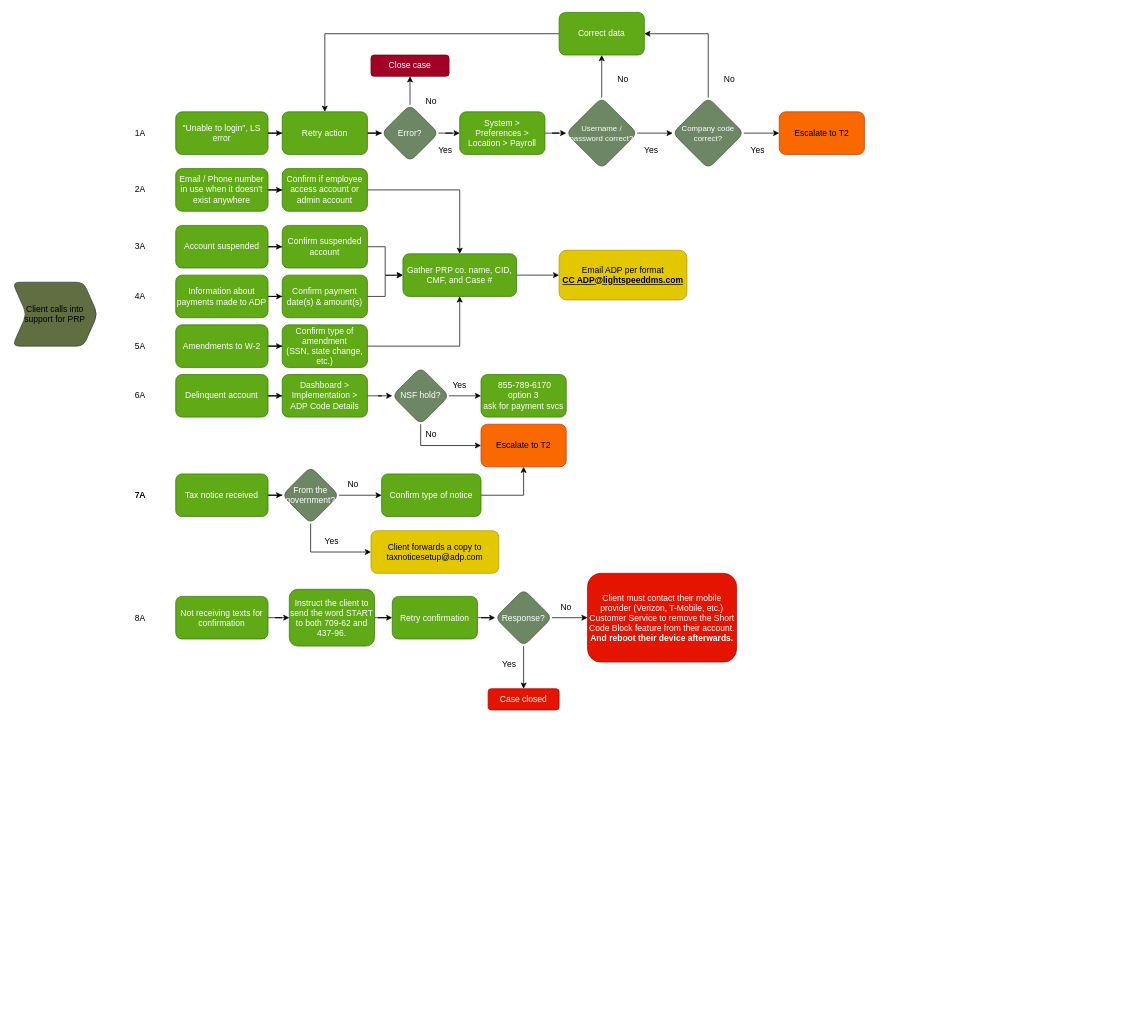
The draw.io diagram flowcharts/Payroll Flowchart.drawio in lichfiet/sqlLibrary, before the edit. Source tidied: cells renumbered, new cells numbered last; positions are measured from the earlier drawing's top-left corner, leaving out a move shared by most shapes. Both pictures are drawn from the tidied source at 71%, with x=0, y=0 at pixel (12, 12).
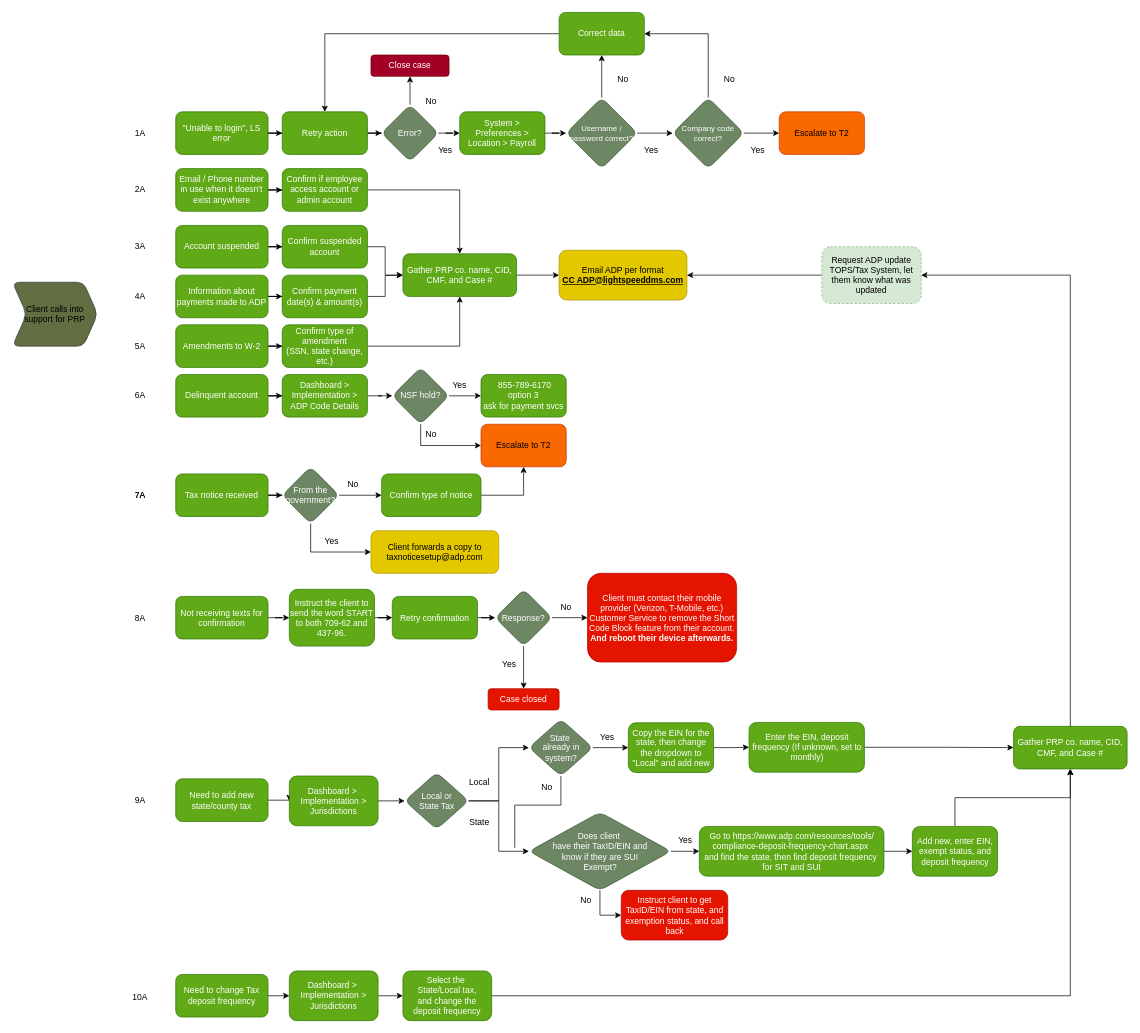
The same page after the edit.

Unchanged cells that the change refers to:
```xml
<mxCell id="46" value="Email ADP per format&lt;div&gt;&lt;b&gt;&lt;u&gt;CC ADP@lightspeeddms.com&lt;/u&gt;&lt;/b&gt;&lt;/div&gt;" style="whiteSpace=wrap;html=1;fillColor=#e3c800;strokeColor=#B09500;fontColor=#000000;rounded=1;" parent="1" vertex="1">
  <mxGeometry x="770" y="335" width="180" height="70" as="geometry" />
</mxCell>
```

Change to the diagram source:
```diff
@@
+    <mxCell id="90" style="edgeStyle=orthogonalEdgeStyle;rounded=0;jettySize=auto;html=1;exitX=1;exitY=0.5;exitDx=0;exitDy=0;entryX=0;entryY=0.5;entryDx=0;entryDy=0;" parent="1" edge="1" source="91" target="95">
+      <mxGeometry relative="1" as="geometry" />
+    </mxCell>
+    <mxCell id="91" value="Need to add new state/county tax" style="whiteSpace=wrap;html=1;fillColor=#60a917;strokeColor=#2D7600;fontColor=#ffffff;rounded=1;" parent="1" vertex="1">
+      <mxGeometry x="230" y="1079.5" width="130" height="60" as="geometry" />
+    </mxCell>
+    <mxCell id="92" value="9A" style="text;html=1;align=center;verticalAlign=middle;whiteSpace=wrap;rounded=0;" parent="1" vertex="1">
+      <mxGeometry x="140" y="1094.5" width="80" height="30" as="geometry" />
+    </mxCell>
+    <mxCell id="93" style="edgeStyle=orthogonalEdgeStyle;rounded=0;jettySize=auto;html=1;exitX=1;exitY=0.5;exitDx=0;exitDy=0;entryX=0;entryY=0.5;entryDx=0;entryDy=0;" parent="1" edge="1" source="97" target="113">
+      <mxGeometry relative="1" as="geometry" />
+    </mxCell>
+    <mxCell id="94" style="edgeStyle=orthogonalEdgeStyle;rounded=0;jettySize=auto;html=1;exitX=1;exitY=0.5;exitDx=0;exitDy=0;entryX=0;entryY=0.5;entryDx=0;entryDy=0;" parent="1" edge="1" source="95" target="97">
+      <mxGeometry relative="1" as="geometry" />
+    </mxCell>
+    <mxCell id="95" value="&lt;div&gt;Dashboard &amp;gt;&amp;nbsp;&lt;/div&gt;&lt;div&gt;&lt;span style=&quot;background-color: initial;&quot;&gt;Implementation &amp;gt;&lt;/span&gt;&lt;/div&gt;&lt;div&gt;&lt;span style=&quot;background-color: initial;&quot;&gt;Jurisdictions&lt;/span&gt;&lt;/div&gt;" style="whiteSpace=wrap;html=1;fillColor=#60a917;strokeColor=#2D7600;fontColor=#ffffff;rounded=1;align=center;" parent="1" vertex="1">
+      <mxGeometry x="390" y="1075.5" width="125" height="70" as="geometry" />
+    </mxCell>
+    <mxCell id="96" style="edgeStyle=orthogonalEdgeStyle;rounded=0;jettySize=auto;html=1;exitX=1;exitY=0.5;exitDx=0;exitDy=0;entryX=0;entryY=0.5;entryDx=0;entryDy=0;" parent="1" edge="1" source="97" target="102">
+      <mxGeometry relative="1" as="geometry" />
+    </mxCell>
+    <mxCell id="97" value="Local or&lt;div&gt;State Tax&lt;/div&gt;" style="rhombus;whiteSpace=wrap;html=1;fillColor=#6d8764;strokeColor=#3A5431;fontColor=#ffffff;rounded=1;" parent="1" vertex="1">
+      <mxGeometry x="552.5" y="1070.5" width="90" height="80" as="geometry" />
+    </mxCell>
+    <mxCell id="98" value="Local" style="text;html=1;align=center;verticalAlign=middle;whiteSpace=wrap;rounded=0;" parent="1" vertex="1">
+      <mxGeometry x="637.5" y="1070" width="40" height="30" as="geometry" />
+    </mxCell>
+    <mxCell id="99" value="State" style="text;html=1;align=center;verticalAlign=middle;whiteSpace=wrap;rounded=0;" parent="1" vertex="1">
+      <mxGeometry x="637.5" y="1125.5" width="40" height="30" as="geometry" />
+    </mxCell>
+    <mxCell id="100" style="edgeStyle=orthogonalEdgeStyle;rounded=0;jettySize=auto;html=1;exitX=0.5;exitY=1;exitDx=0;exitDy=0;endArrow=none;endFill=0;" parent="1" edge="1" source="102">
+      <mxGeometry relative="1" as="geometry">
+        <mxPoint x="707.5" y="1176.5" as="targetPoint" />
+        <Array as="points">
+          <mxPoint x="772.5" y="1116.5" />
+          <mxPoint x="707.5" y="1116.5" />
+        </Array>
+      </mxGeometry>
+    </mxCell>
+    <mxCell id="101" style="edgeStyle=orthogonalEdgeStyle;rounded=0;jettySize=auto;html=1;exitX=1;exitY=0.5;exitDx=0;exitDy=0;entryX=0;entryY=0.5;entryDx=0;entryDy=0;" parent="1" edge="1" source="102" target="106">
+      <mxGeometry relative="1" as="geometry" />
+    </mxCell>
+    <mxCell id="102" value="State&amp;nbsp;&lt;div&gt;already&amp;nbsp;&lt;span style=&quot;background-color: initial;&quot;&gt;in system?&lt;/span&gt;&lt;/div&gt;" style="rhombus;whiteSpace=wrap;html=1;fillColor=#6d8764;strokeColor=#3A5431;fontColor=#ffffff;rounded=1;" parent="1" vertex="1">
+      <mxGeometry x="727.5" y="995.5" width="90" height="80" as="geometry" />
+    </mxCell>
+    <mxCell id="103" value="No" style="text;html=1;align=center;verticalAlign=middle;whiteSpace=wrap;rounded=0;" parent="1" vertex="1">
+      <mxGeometry x="737.5" y="1081" width="30" height="19" as="geometry" />
+    </mxCell>
+    <mxCell id="104" value="Yes" style="text;html=1;align=center;verticalAlign=middle;whiteSpace=wrap;rounded=0;" parent="1" vertex="1">
+      <mxGeometry x="817.5" y="1005.5" width="40" height="30" as="geometry" />
+    </mxCell>
+    <mxCell id="105" style="edgeStyle=orthogonalEdgeStyle;rounded=0;jettySize=auto;html=1;exitX=1;exitY=0.5;exitDx=0;exitDy=0;entryX=0;entryY=0.5;entryDx=0;entryDy=0;" parent="1" edge="1" source="106" target="108">
+      <mxGeometry relative="1" as="geometry" />
+    </mxCell>
+    <mxCell id="106" value="Copy the EIN for the state, then change the dropdown to &quot;Local&quot; and add new" style="whiteSpace=wrap;html=1;fillColor=#60a917;strokeColor=#2D7600;fontColor=#ffffff;rounded=1;align=center;" parent="1" vertex="1">
+      <mxGeometry x="867.5" y="1000.5" width="120" height="70" as="geometry" />
+    </mxCell>
+    <mxCell id="107" style="edgeStyle=orthogonalEdgeStyle;rounded=0;jettySize=auto;html=1;exitX=1;exitY=0.5;exitDx=0;exitDy=0;entryX=0;entryY=0.5;entryDx=0;entryDy=0;" parent="1" edge="1" source="108" target="119">
+      <mxGeometry relative="1" as="geometry" />
+    </mxCell>
+    <mxCell id="108" value="Enter the EIN, deposit frequency (If unknown, set to monthly)" style="whiteSpace=wrap;html=1;fillColor=#60a917;strokeColor=#2D7600;fontColor=#ffffff;rounded=1;align=center;" parent="1" vertex="1">
+      <mxGeometry x="1037.5" y="1000" width="162.5" height="70" as="geometry" />
+    </mxCell>
+    <mxCell id="109" style="edgeStyle=orthogonalEdgeStyle;rounded=0;jettySize=auto;html=1;exitX=1;exitY=0.5;exitDx=0;exitDy=0;entryX=0;entryY=0.5;entryDx=0;entryDy=0;" parent="1" edge="1" source="110" target="117">
+      <mxGeometry relative="1" as="geometry" />
+    </mxCell>
+    <mxCell id="110" value="Go to&amp;nbsp;https://www.adp.com/resources/tools/&lt;div&gt;compliance-deposit-frequency-chart.aspx&amp;nbsp;&lt;/div&gt;&lt;div&gt;and find the state, then find deposit frequency&amp;nbsp;&lt;/div&gt;&lt;div&gt;for SIT and SUI&lt;/div&gt;" style="html=1;fillColor=#60a917;strokeColor=#2D7600;fontColor=#ffffff;rounded=1;align=center;whiteSpace=wrap;spacing=2;" parent="1" vertex="1">
+      <mxGeometry x="967.5" y="1146.5" width="260" height="70" as="geometry" />
+    </mxCell>
+    <mxCell id="111" style="edgeStyle=orthogonalEdgeStyle;rounded=0;jettySize=auto;html=1;exitX=0.5;exitY=1;exitDx=0;exitDy=0;entryX=0;entryY=0.5;entryDx=0;entryDy=0;" parent="1" edge="1" source="113" target="114">
+      <mxGeometry relative="1" as="geometry" />
+    </mxCell>
+    <mxCell id="112" style="edgeStyle=orthogonalEdgeStyle;rounded=0;jettySize=auto;html=1;exitX=1;exitY=0.5;exitDx=0;exitDy=0;entryX=0;entryY=0.5;entryDx=0;entryDy=0;" parent="1" edge="1" source="113" target="110">
+      <mxGeometry relative="1" as="geometry" />
+    </mxCell>
+    <mxCell id="113" value="Does client&amp;nbsp;&lt;div&gt;have their&amp;nbsp;&lt;span style=&quot;background-color: initial;&quot;&gt;TaxID/EIN and&lt;/span&gt;&lt;/div&gt;&lt;div&gt;&lt;span style=&quot;background-color: initial;&quot;&gt;know if they are SUI&lt;/span&gt;&lt;/div&gt;&lt;div&gt;&lt;span style=&quot;background-color: initial;&quot;&gt;Exempt?&lt;/span&gt;&lt;/div&gt;" style="rhombus;whiteSpace=wrap;html=1;fillColor=#6d8764;strokeColor=#3A5431;fontColor=#ffffff;rounded=1;" parent="1" vertex="1">
+      <mxGeometry x="727.5" y="1126.5" width="200" height="110" as="geometry" />
+    </mxCell>
+    <mxCell id="114" value="Instruct client to get TaxID/EIN from state, and exemption status, and call back" style="html=1;fillColor=#e51400;strokeColor=#B20000;fontColor=#ffffff;rounded=1;align=center;whiteSpace=wrap;spacing=2;" parent="1" vertex="1">
+      <mxGeometry x="857.5" y="1236.5" width="150" height="70" as="geometry" />
+    </mxCell>
+    <mxCell id="115" value="No" style="text;html=1;align=center;verticalAlign=middle;whiteSpace=wrap;rounded=0;" parent="1" vertex="1">
+      <mxGeometry x="787.5" y="1236.5" width="40" height="29" as="geometry" />
+    </mxCell>
+    <mxCell id="116" style="edgeStyle=orthogonalEdgeStyle;rounded=0;jettySize=auto;html=1;exitX=0.5;exitY=0;exitDx=0;exitDy=0;entryX=0.5;entryY=1;entryDx=0;entryDy=0;" parent="1" edge="1" source="117" target="119">
+      <mxGeometry relative="1" as="geometry" />
+    </mxCell>
+    <mxCell id="117" value="Add new, enter EIN, exempt status, and deposit frequency" style="html=1;fillColor=#60a917;strokeColor=#2D7600;fontColor=#ffffff;rounded=1;align=center;whiteSpace=wrap;spacing=2;" parent="1" vertex="1">
+      <mxGeometry x="1267.5" y="1146.5" width="120" height="70" as="geometry" />
+    </mxCell>
+    <mxCell id="118" value="Yes" style="text;html=1;align=center;verticalAlign=middle;whiteSpace=wrap;rounded=0;" parent="1" vertex="1">
+      <mxGeometry x="927.5" y="1150.5" width="40" height="30" as="geometry" />
+    </mxCell>
+    <mxCell id="119" value="Gather PRP co. name, CID, CMF, and Case #" style="whiteSpace=wrap;html=1;fillColor=#60a917;strokeColor=#2D7600;fontColor=#ffffff;rounded=1;" parent="1" vertex="1">
+      <mxGeometry x="1410" y="1005.5" width="160" height="60" as="geometry" />
+    </mxCell>
+    <mxCell id="120" style="edgeStyle=orthogonalEdgeStyle;rounded=0;jettySize=auto;html=1;exitX=1;exitY=0.5;exitDx=0;exitDy=0;entryX=0;entryY=0.5;entryDx=0;entryDy=0;" parent="1" edge="1" source="121" target="123">
+      <mxGeometry relative="1" as="geometry" />
+    </mxCell>
+    <mxCell id="121" value="Need to change Tax deposit frequency" style="whiteSpace=wrap;html=1;fillColor=#60a917;strokeColor=#2D7600;fontColor=#ffffff;rounded=1;" parent="1" vertex="1">
+      <mxGeometry x="230" y="1355" width="130" height="60" as="geometry" />
+    </mxCell>
+    <mxCell id="122" style="edgeStyle=orthogonalEdgeStyle;rounded=0;jettySize=auto;html=1;exitX=1;exitY=0.5;exitDx=0;exitDy=0;entryX=0;entryY=0.5;entryDx=0;entryDy=0;" parent="1" edge="1" source="123">
+      <mxGeometry relative="1" as="geometry">
+        <mxPoint x="550" y="1385.5" as="targetPoint" />
+      </mxGeometry>
+    </mxCell>
+    <mxCell id="123" value="&lt;div&gt;Dashboard &amp;gt;&amp;nbsp;&lt;/div&gt;&lt;div&gt;&lt;span style=&quot;background-color: initial;&quot;&gt;Implementation &amp;gt;&lt;/span&gt;&lt;/div&gt;&lt;div&gt;&lt;span style=&quot;background-color: initial;&quot;&gt;Jurisdictions&lt;/span&gt;&lt;/div&gt;" style="whiteSpace=wrap;html=1;fillColor=#60a917;strokeColor=#2D7600;fontColor=#ffffff;rounded=1;align=center;" parent="1" vertex="1">
+      <mxGeometry x="390" y="1350" width="125" height="70" as="geometry" />
+    </mxCell>
+    <mxCell id="124" style="edgeStyle=orthogonalEdgeStyle;rounded=0;jettySize=auto;html=1;exitX=1;exitY=0.5;exitDx=0;exitDy=0;entryX=0.5;entryY=1;entryDx=0;entryDy=0;" parent="1" edge="1" source="125" target="119">
+      <mxGeometry relative="1" as="geometry" />
+    </mxCell>
+    <mxCell id="125" value="&lt;div&gt;Select the&amp;nbsp;&lt;div&gt;State/Local tax,&lt;/div&gt;&lt;/div&gt;and change the deposit frequency" style="whiteSpace=wrap;html=1;fillColor=#60a917;strokeColor=#2D7600;fontColor=#ffffff;rounded=1;align=center;" parent="1" vertex="1">
+      <mxGeometry x="550" y="1350" width="125" height="70" as="geometry" />
+    </mxCell>
+    <mxCell id="126" value="10A" style="text;html=1;align=center;verticalAlign=middle;whiteSpace=wrap;rounded=0;" parent="1" vertex="1">
+      <mxGeometry x="140" y="1372" width="80" height="30" as="geometry" />
+    </mxCell>
+    <mxCell id="127" style="edgeStyle=orthogonalEdgeStyle;rounded=0;jettySize=auto;html=1;exitX=0.5;exitY=0;exitDx=0;exitDy=0;entryX=1;entryY=0.5;entryDx=0;entryDy=0;" parent="1" edge="1" source="119" target="129">
+      <mxGeometry relative="1" as="geometry" />
+    </mxCell>
+    <mxCell id="128" style="edgeStyle=orthogonalEdgeStyle;rounded=0;jettySize=auto;html=1;exitX=0;exitY=0.5;exitDx=0;exitDy=0;entryX=1;entryY=0.5;entryDx=0;entryDy=0;" parent="1" edge="1" source="129" target="46">
+      <mxGeometry relative="1" as="geometry" />
+    </mxCell>
+    <mxCell id="129" value="Request ADP update TOPS/Tax System, let them know what was updated" style="rounded=1;whiteSpace=wrap;html=1;dashed=1;fillColor=#d5e8d4;strokeColor=#82b366;" parent="1" vertex="1">
+      <mxGeometry x="1140" y="330" width="140" height="80" as="geometry" />
+    </mxCell>
```
